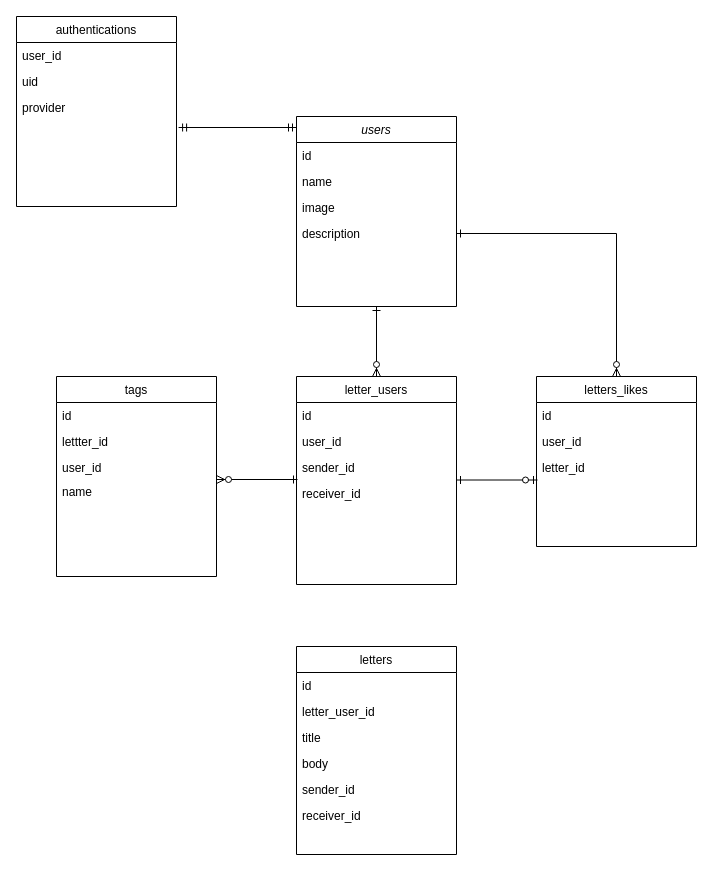
Above: Untitled Diagram.drawio in yanokohei/goenbako (draw.io), before the change. Source tidied: cells renumbered, new cells numbered last; positions are measured from the earlier drawing's top-left corner, leaving out a move shared by most shapes. Both pictures are drawn from the tidied source at 100%, with x=0, y=0 at pixel (16, 16).
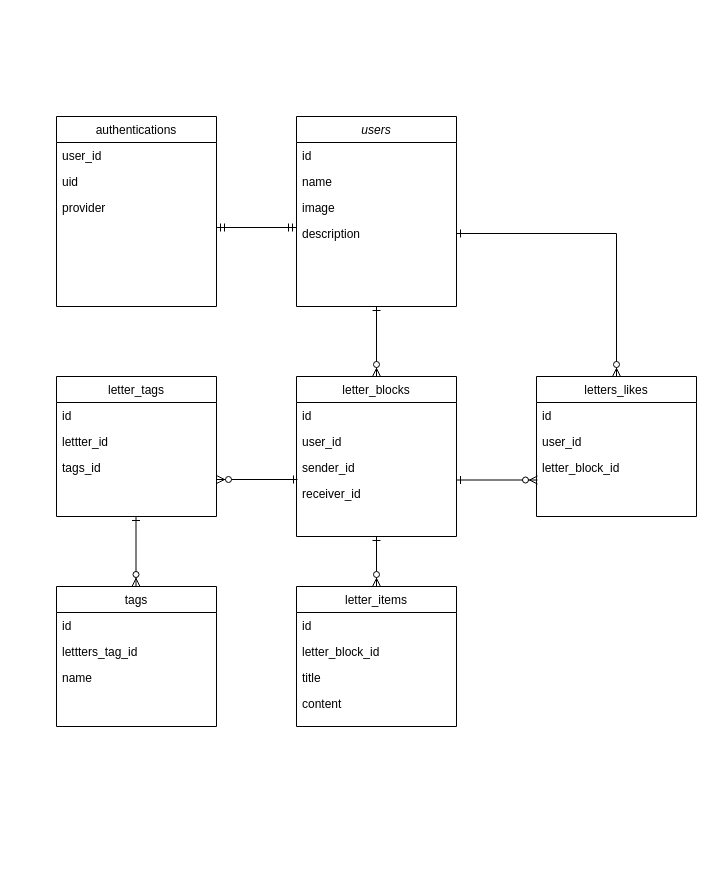
The same diagram, later.

Unchanged cells that the change refers to:
```xml
<mxCell id="3" value="users" style="swimlane;fontStyle=2;align=center;verticalAlign=top;horizontal=1;startSize=26;rounded=0;shadow=0;strokeWidth=1;" parent="1" vertex="1">
  <mxGeometry x="280" y="100" width="160" height="190" as="geometry" />
</mxCell>
```

The edit, as a diff of the source:
```diff
@@
-    <mxCell id="2" style="edgeStyle=none;rounded=0;jettySize=auto;html=1;exitX=0.5;exitY=1;exitDx=0;exitDy=0;startArrow=ERone;startFill=0;endArrow=ERzeroToMany;endFill=1;" parent="1" edge="1" source="3">
-      <mxGeometry relative="1" as="geometry">
-        <mxPoint x="360" y="360" as="targetPoint" />
-      </mxGeometry>
+    <mxCell id="2" style="edgeStyle=none;rounded=0;jettySize=auto;html=1;exitX=0.5;exitY=1;exitDx=0;exitDy=0;entryX=0.5;entryY=0;entryDx=0;entryDy=0;startArrow=ERone;startFill=0;endArrow=ERzeroToMany;endFill=1;" parent="1" edge="1" source="3" target="12">
+      <mxGeometry relative="1" as="geometry" />
     </mxCell>
@@
     <mxCell id="8" value="authentications" style="swimlane;fontStyle=0;align=center;verticalAlign=top;horizontal=1;startSize=26;rounded=0;shadow=0;strokeWidth=1;" parent="1" vertex="1">
-      <mxGeometry width="160" height="190" as="geometry" />
+      <mxGeometry x="40" y="100" width="160" height="190" as="geometry" />
     </mxCell>
@@
-    <mxCell id="12" value="letters" style="swimlane;fontStyle=0;align=center;verticalAlign=top;horizontal=1;startSize=26;rounded=0;shadow=0;strokeWidth=1;" parent="1" vertex="1">
-      <mxGeometry x="280" y="630" width="160" height="208" as="geometry" />
+    <mxCell id="12" value="letter_blocks" style="swimlane;fontStyle=0;align=center;verticalAlign=top;horizontal=1;startSize=26;rounded=0;shadow=0;strokeWidth=1;" parent="1" vertex="1">
+      <mxGeometry x="280" y="360" width="160" height="160" as="geometry" />
     </mxCell>
@@
-    <mxCell id="14" value="letter_user_id" style="text;align=left;verticalAlign=top;spacingLeft=4;spacingRight=4;overflow=hidden;rounded=0;shadow=0;html=0;" parent="12" vertex="1">
+    <mxCell id="14" value="user_id" style="text;align=left;verticalAlign=top;spacingLeft=4;spacingRight=4;overflow=hidden;rounded=0;shadow=0;html=0;" parent="12" vertex="1">
       <mxGeometry y="52" width="160" height="26" as="geometry" />
     </mxCell>
-    <mxCell id="15" value="title" style="text;align=left;verticalAlign=top;spacingLeft=4;spacingRight=4;overflow=hidden;rounded=0;shadow=0;html=0;" parent="12" vertex="1">
-      <mxGeometry y="78" width="160" height="26" as="geometry" />
-    </mxCell>
-    <mxCell id="16" value="body" style="text;align=left;verticalAlign=top;spacingLeft=4;spacingRight=4;overflow=hidden;rounded=0;shadow=0;html=0;" parent="12" vertex="1">
-      <mxGeometry y="104" width="160" height="26" as="geometry" />
-    </mxCell>
     <mxCell id="17" value="sender_id" style="text;align=left;verticalAlign=top;spacingLeft=4;spacingRight=4;overflow=hidden;rounded=0;shadow=0;html=0;" parent="12" vertex="1">
-      <mxGeometry y="130" width="160" height="26" as="geometry" />
+      <mxGeometry y="78" width="160" height="26" as="geometry" />
     </mxCell>
     <mxCell id="18" value="receiver_id" style="text;align=left;verticalAlign=top;spacingLeft=4;spacingRight=4;overflow=hidden;rounded=0;shadow=0;html=0;" parent="12" vertex="1">
-      <mxGeometry y="156" width="160" height="26" as="geometry" />
+      <mxGeometry y="104" width="160" height="26" as="geometry" />
     </mxCell>
     <mxCell id="19" value="tags" style="swimlane;fontStyle=0;align=center;verticalAlign=top;horizontal=1;startSize=26;rounded=0;shadow=0;strokeWidth=1;" parent="1" vertex="1">
-      <mxGeometry x="40" y="360" width="160" height="200" as="geometry" />
+      <mxGeometry x="40" y="570" width="160" height="140" as="geometry" />
     </mxCell>
@@
-    <mxCell id="21" value="lettter_id" style="text;align=left;verticalAlign=top;spacingLeft=4;spacingRight=4;overflow=hidden;rounded=0;shadow=0;html=0;" parent="19" vertex="1">
+    <mxCell id="21" value="lettters_tag_id" style="text;align=left;verticalAlign=top;spacingLeft=4;spacingRight=4;overflow=hidden;rounded=0;shadow=0;html=0;" parent="19" vertex="1">
       <mxGeometry y="52" width="160" height="26" as="geometry" />
     </mxCell>
-    <mxCell id="22" value="user_id" style="text;align=left;verticalAlign=top;spacingLeft=4;spacingRight=4;overflow=hidden;rounded=0;shadow=0;html=0;" parent="19" vertex="1">
-      <mxGeometry y="78" width="160" height="24" as="geometry" />
-    </mxCell>
     <mxCell id="23" value="name" style="text;align=left;verticalAlign=top;spacingLeft=4;spacingRight=4;overflow=hidden;rounded=0;shadow=0;html=0;" parent="19" vertex="1">
-      <mxGeometry y="102" width="160" height="26" as="geometry" />
+      <mxGeometry y="78" width="160" height="26" as="geometry" />
     </mxCell>
     <mxCell id="24" value="letters_likes" style="swimlane;fontStyle=0;align=center;verticalAlign=top;horizontal=1;startSize=26;rounded=0;shadow=0;strokeWidth=1;" parent="1" vertex="1">
-      <mxGeometry x="520" y="360" width="160" height="170" as="geometry" />
+      <mxGeometry x="520" y="360" width="160" height="140" as="geometry" />
     </mxCell>
@@
-    <mxCell id="27" value="letter_id" style="text;align=left;verticalAlign=top;spacingLeft=4;spacingRight=4;overflow=hidden;rounded=0;shadow=0;html=0;" parent="24" vertex="1">
+    <mxCell id="27" value="letter_block_id" style="text;align=left;verticalAlign=top;spacingLeft=4;spacingRight=4;overflow=hidden;rounded=0;shadow=0;html=0;" parent="24" vertex="1">
       <mxGeometry y="78" width="160" height="26" as="geometry" />
     </mxCell>
-    <mxCell id="28" style="edgeStyle=none;rounded=0;orthogonalLoop=1;jettySize=auto;html=1;exitX=1.013;exitY=0.269;exitDx=0;exitDy=0;startArrow=ERmandOne;startFill=0;endArrow=ERmandOne;endFill=0;exitPerimeter=0;" parent="1" edge="1">
+    <mxCell id="28" style="edgeStyle=none;rounded=0;orthogonalLoop=1;jettySize=auto;html=1;startArrow=ERmandOne;startFill=0;endArrow=ERmandOne;endFill=0;" parent="1" edge="1">
       <mxGeometry relative="1" as="geometry">
-        <mxPoint x="162.1" y="111" as="sourcePoint" />
-        <mxPoint x="280" y="111" as="targetPoint" />
-        <Array as="points">
-          <mxPoint x="170" y="111" />
-        </Array>
+        <mxPoint x="200" y="211" as="sourcePoint" />
+        <mxPoint x="280" y="211" as="targetPoint" />
       </mxGeometry>
     </mxCell>
@@
-    <mxCell id="31" style="edgeStyle=none;rounded=0;orthogonalLoop=1;jettySize=auto;html=1;startArrow=ERone;startFill=0;endArrow=ERzeroToOne;endFill=1;entryX=0.006;entryY=0.962;entryDx=0;entryDy=0;entryPerimeter=0;" parent="1" edge="1">
+    <mxCell id="31" style="edgeStyle=none;rounded=0;orthogonalLoop=1;jettySize=auto;html=1;startArrow=ERone;startFill=0;endArrow=ERzeroToMany;endFill=1;entryX=0.006;entryY=0.962;entryDx=0;entryDy=0;entryPerimeter=0;" parent="1" edge="1">
       <mxGeometry relative="1" as="geometry">
         <mxPoint x="440" y="463.5" as="sourcePoint" />
         <mxPoint x="521" y="463.5" as="targetPoint" />
       </mxGeometry>
     </mxCell>
-    <mxCell id="32" value="letter_users" style="swimlane;fontStyle=0;align=center;verticalAlign=top;horizontal=1;startSize=26;rounded=0;shadow=0;strokeWidth=1;" parent="1" vertex="1">
-      <mxGeometry x="280" y="360" width="160" height="208" as="geometry" />
-    </mxCell>
+    <mxCell id="37" value="letter_tags" style="swimlane;fontStyle=0;align=center;verticalAlign=top;horizontal=1;startSize=26;rounded=0;shadow=0;strokeWidth=1;" parent="1" vertex="1">
+      <mxGeometry x="40" y="360" width="160" height="140" as="geometry" />
+    </mxCell>
+    <mxCell id="38" value="id" style="text;align=left;verticalAlign=top;spacingLeft=4;spacingRight=4;overflow=hidden;rounded=0;shadow=0;html=0;" parent="37" vertex="1">
+      <mxGeometry y="26" width="160" height="26" as="geometry" />
+    </mxCell>
+    <mxCell id="39" value="lettter_id" style="text;align=left;verticalAlign=top;spacingLeft=4;spacingRight=4;overflow=hidden;rounded=0;shadow=0;html=0;" parent="37" vertex="1">
+      <mxGeometry y="52" width="160" height="26" as="geometry" />
+    </mxCell>
+    <mxCell id="40" value="tags_id" style="text;align=left;verticalAlign=top;spacingLeft=4;spacingRight=4;overflow=hidden;rounded=0;shadow=0;html=0;" parent="37" vertex="1">
+      <mxGeometry y="78" width="160" height="26" as="geometry" />
+    </mxCell>
+    <mxCell id="41" style="edgeStyle=none;rounded=0;orthogonalLoop=1;jettySize=auto;html=1;exitX=0.5;exitY=1;exitDx=0;exitDy=0;entryX=0.5;entryY=0;entryDx=0;entryDy=0;startArrow=ERone;startFill=0;endArrow=ERzeroToMany;endFill=1;" parent="1" edge="1">
+      <mxGeometry relative="1" as="geometry">
+        <mxPoint x="119.5" y="500" as="sourcePoint" />
+        <mxPoint x="119.5" y="570" as="targetPoint" />
+      </mxGeometry>
+    </mxCell>
+    <mxCell id="42" value="letter_items" style="swimlane;fontStyle=0;align=center;verticalAlign=top;horizontal=1;startSize=26;rounded=0;shadow=0;strokeWidth=1;" parent="1" vertex="1">
+      <mxGeometry x="280" y="570" width="160" height="140" as="geometry" />
+    </mxCell>
-    <mxCell id="33" value="id" style="text;align=left;verticalAlign=top;spacingLeft=4;spacingRight=4;overflow=hidden;" parent="32" vertex="1">
+    <mxCell id="33" value="id" style="text;align=left;verticalAlign=top;spacingLeft=4;spacingRight=4;overflow=hidden;" parent="42" vertex="1">
       <mxGeometry y="26" width="160" height="26" as="geometry" />
     </mxCell>
-    <mxCell id="34" value="user_id" style="text;align=left;verticalAlign=top;spacingLeft=4;spacingRight=4;overflow=hidden;rounded=0;shadow=0;html=0;" parent="32" vertex="1">
-      <mxGeometry y="52" width="160" height="26" as="geometry" />
-    </mxCell>
-    <mxCell id="35" value="sender_id" style="text;align=left;verticalAlign=top;spacingLeft=4;spacingRight=4;overflow=hidden;rounded=0;shadow=0;html=0;" parent="32" vertex="1">
-      <mxGeometry y="78" width="160" height="26" as="geometry" />
-    </mxCell>
-    <mxCell id="36" value="receiver_id" style="text;align=left;verticalAlign=top;spacingLeft=4;spacingRight=4;overflow=hidden;rounded=0;shadow=0;html=0;" parent="32" vertex="1">
-      <mxGeometry y="104" width="160" height="26" as="geometry" />
-    </mxCell>
+    <mxCell id="43" value="letter_block_id" style="text;align=left;verticalAlign=top;spacingLeft=4;spacingRight=4;overflow=hidden;rounded=0;shadow=0;html=0;" parent="42" vertex="1">
+      <mxGeometry y="52" width="160" height="26" as="geometry" />
+    </mxCell>
+    <mxCell id="15" value="title" style="text;align=left;verticalAlign=top;spacingLeft=4;spacingRight=4;overflow=hidden;rounded=0;shadow=0;html=0;" parent="42" vertex="1">
+      <mxGeometry y="78" width="160" height="26" as="geometry" />
+    </mxCell>
+    <mxCell id="44" value="content" style="text;align=left;verticalAlign=top;spacingLeft=4;spacingRight=4;overflow=hidden;rounded=0;shadow=0;html=0;" parent="42" vertex="1">
+      <mxGeometry y="104" width="160" height="26" as="geometry" />
+    </mxCell>
+    <mxCell id="45" style="edgeStyle=none;rounded=0;jettySize=auto;html=1;startArrow=ERone;startFill=0;endArrow=ERzeroToMany;endFill=1;entryX=0.5;entryY=0;entryDx=0;entryDy=0;" parent="1" edge="1" target="42">
+      <mxGeometry relative="1" as="geometry">
+        <mxPoint x="360" y="520" as="sourcePoint" />
+      </mxGeometry>
+    </mxCell>
```
